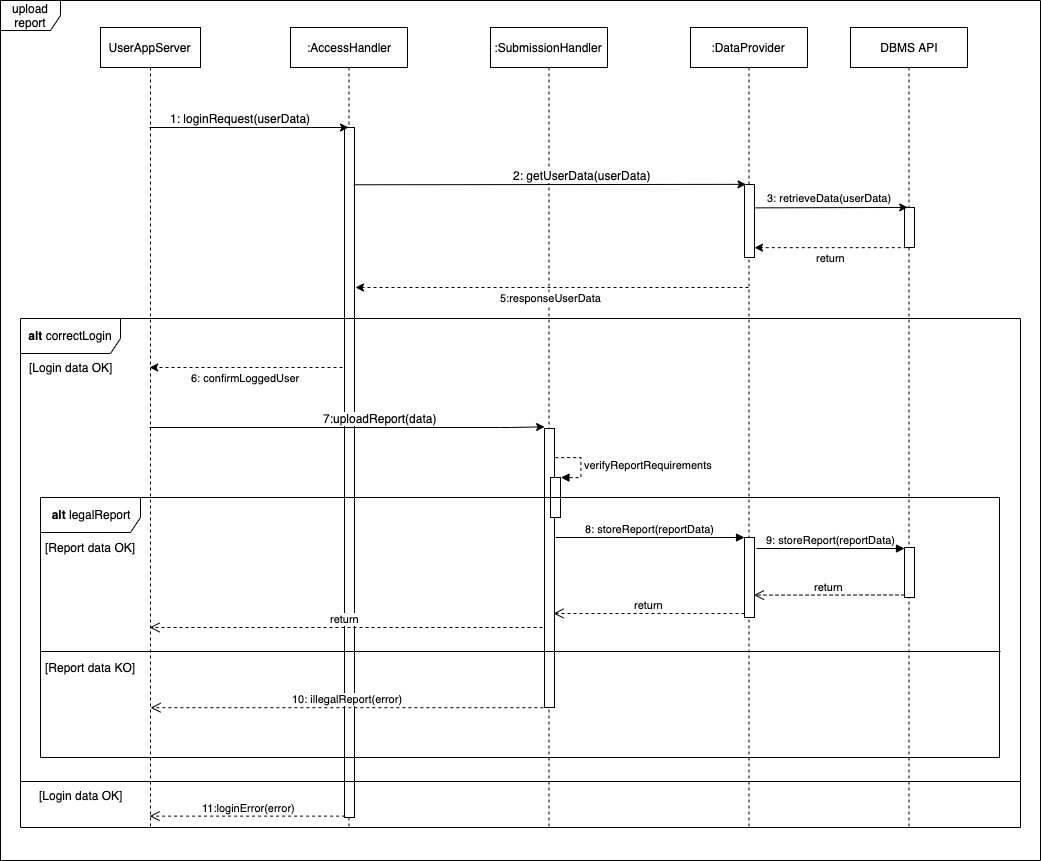
amecava/safestreets keeps this draw.io diagram as Releases/DD/img/sequence/uploadSubmission.png. Above is the earlier version. Source tidied: cells renumbered, new cells last; positions are measured from the earlier drawing's top-left corner, leaving out a move shared by most shapes.
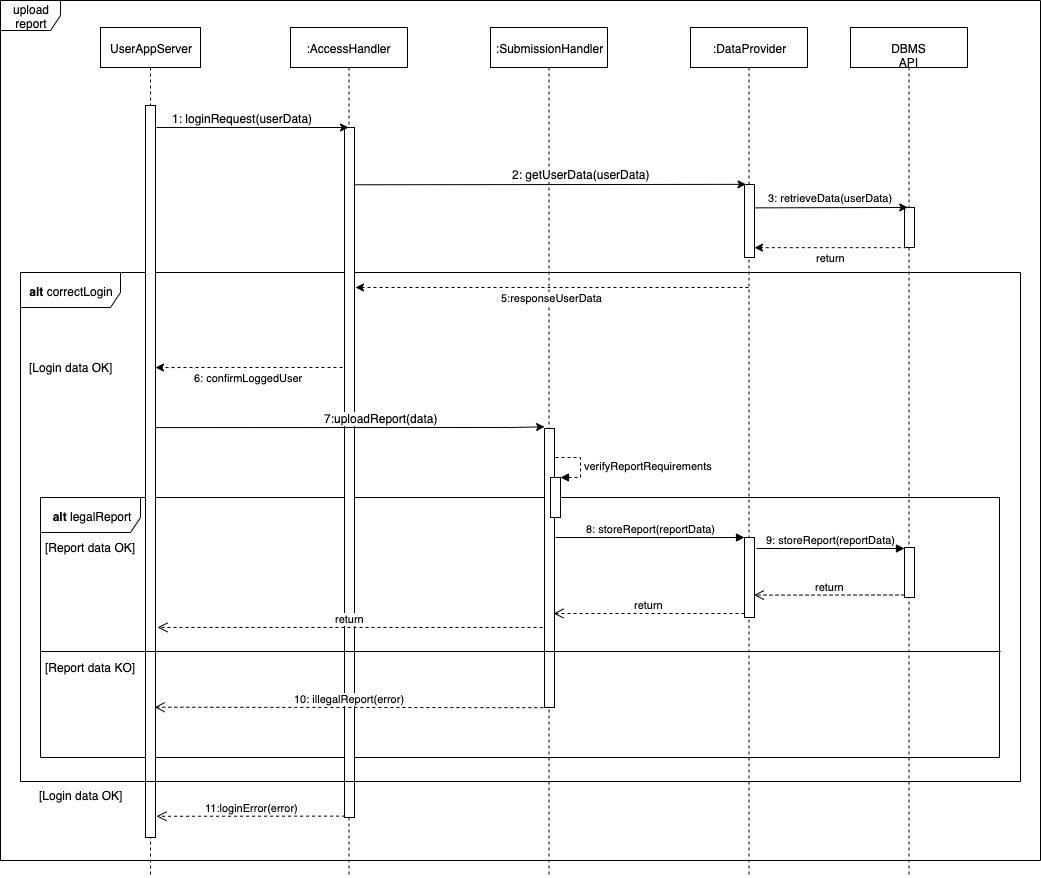
After the change.

Diff of the diagram source:
```diff
@@ -2,11 +2,23 @@
   <root>
     <mxCell id="0" />
     <mxCell id="1" parent="0" />
+    <mxCell id="19" value="upload report" style="shape=umlFrame;whiteSpace=wrap;html=1;" parent="1" vertex="1">
+      <mxGeometry width="1040" height="860" as="geometry" />
+    </mxCell>
+    <mxCell id="27" value="&lt;b&gt;alt&lt;/b&gt;&amp;nbsp;legalReport" style="shape=umlFrame;whiteSpace=wrap;html=1;width=100;height=35;" parent="1" vertex="1">
+      <mxGeometry x="40" y="497" width="959" height="260" as="geometry" />
+    </mxCell>
+    <mxCell id="20" value="&lt;b&gt;alt&lt;/b&gt; correctLogin" style="shape=umlFrame;whiteSpace=wrap;html=1;width=100;height=35;" parent="1" vertex="1">
+      <mxGeometry x="20" y="272" width="1000" height="509" as="geometry" />
+    </mxCell>
     <mxCell id="2" value="UserAppServer" style="shape=umlLifeline;perimeter=lifelinePerimeter;whiteSpace=wrap;html=1;outlineConnect=0;" parent="1" vertex="1">
-      <mxGeometry x="100" y="27" width="100" height="800" as="geometry" />
+      <mxGeometry x="100" y="27" width="100" height="850" as="geometry" />
     </mxCell>
+    <mxCell id="41" style="html=1;points=[];perimeter=orthogonalPerimeter;" parent="2" vertex="1">
+      <mxGeometry x="45" y="78" width="10" height="732" as="geometry" />
+    </mxCell>
     <mxCell id="3" value=":SubmissionHandler" style="shape=umlLifeline;perimeter=lifelinePerimeter;whiteSpace=wrap;html=1;" parent="1" vertex="1">
-      <mxGeometry x="490" y="27" width="117" height="800" as="geometry" />
+      <mxGeometry x="490" y="27" width="117" height="850" as="geometry" />
     </mxCell>
     <mxCell id="4" style="html=1;points=[];perimeter=orthogonalPerimeter;" parent="3" vertex="1">
       <mxGeometry x="54" y="401" width="10" height="279" as="geometry" />
@@ -23,7 +35,7 @@
       </mxGeometry>
     </mxCell>
     <mxCell id="7" value=":DataProvider" style="shape=umlLifeline;perimeter=lifelinePerimeter;whiteSpace=wrap;html=1;outlineConnect=0;" parent="1" vertex="1">
-      <mxGeometry x="690" y="27" width="117" height="800" as="geometry" />
+      <mxGeometry x="690" y="27" width="117" height="850" as="geometry" />
     </mxCell>
     <mxCell id="8" style="html=1;points=[];perimeter=orthogonalPerimeter;" parent="7" vertex="1">
       <mxGeometry x="54" y="157" width="10" height="73" as="geometry" />
@@ -32,13 +44,13 @@
       <mxGeometry x="54" y="510" width="10" height="80" as="geometry" />
     </mxCell>
     <mxCell id="10" value=":AccessHandler" style="shape=umlLifeline;perimeter=lifelinePerimeter;whiteSpace=wrap;html=1;" parent="1" vertex="1">
-      <mxGeometry x="290" y="27" width="117" height="800" as="geometry" />
+      <mxGeometry x="290" y="27" width="117" height="850" as="geometry" />
     </mxCell>
     <mxCell id="11" style="html=1;points=[];perimeter=orthogonalPerimeter;" parent="10" vertex="1">
       <mxGeometry x="54" y="100" width="10" height="690" as="geometry" />
     </mxCell>
     <mxCell id="12" value="DBMS API" style="shape=umlLifeline;perimeter=lifelinePerimeter;whiteSpace=wrap;html=1;" parent="1" vertex="1">
-      <mxGeometry x="850" y="27" width="117" height="800" as="geometry" />
+      <mxGeometry x="850" y="27" width="117" height="850" as="geometry" />
     </mxCell>
     <mxCell id="13" style="html=1;points=[];perimeter=orthogonalPerimeter;" parent="12" vertex="1">
       <mxGeometry x="54" y="180" width="10" height="40" as="geometry" />
@@ -46,7 +58,7 @@
     <mxCell id="14" style="html=1;points=[];perimeter=orthogonalPerimeter;" parent="12" vertex="1">
       <mxGeometry x="54" y="520" width="10" height="50" as="geometry" />
     </mxCell>
-    <mxCell id="15" style="endArrow=classic;html=1;" parent="1" edge="1" source="2">
+    <mxCell id="15" style="endArrow=classic;html=1;exitX=1.1;exitY=0.03;exitDx=0;exitDy=0;exitPerimeter=0;" parent="1" edge="1" source="41">
       <mxGeometry relative="1" as="geometry">
         <mxPoint x="348" y="127" as="targetPoint" />
         <Array as="points">
@@ -67,12 +79,6 @@
         <mxPoint x="-50" y="-58" as="offset" />
       </mxGeometry>
     </mxCell>
-    <mxCell id="19" value="upload report" style="shape=umlFrame;whiteSpace=wrap;html=1;" parent="1" vertex="1">
-      <mxGeometry width="1040" height="860" as="geometry" />
-    </mxCell>
-    <mxCell id="20" value="&lt;b&gt;alt&lt;/b&gt; correctLogin" style="shape=umlFrame;whiteSpace=wrap;html=1;width=100;height=35;" parent="1" vertex="1">
-      <mxGeometry x="20" y="318" width="1000" height="509" as="geometry" />
-    </mxCell>
     <mxCell id="21" value="3: retrieveData(userData)" style="endArrow=classic;html=1;entryX=0.321;entryY=-0.002;entryDx=0;entryDy=0;entryPerimeter=0;exitX=1.1;exitY=0.32;exitDx=0;exitDy=0;exitPerimeter=0;" parent="1" edge="1" source="8" target="13">
       <mxGeometry x="-0.02" y="10" relative="1" as="geometry" />
     </mxCell>
@@ -87,7 +93,7 @@
         </Array>
       </mxGeometry>
     </mxCell>
-    <mxCell id="24" value="6: confirmLoggedUser" style="endArrow=classic;html=1;dashed=1;" parent="1" edge="1" target="2">
+    <mxCell id="24" value="6: confirmLoggedUser" style="endArrow=classic;html=1;dashed=1;entryX=1;entryY=0.358;entryDx=0;entryDy=0;entryPerimeter=0;" parent="1" edge="1" target="41">
       <mxGeometry y="10" relative="1" as="geometry">
         <mxPoint x="342" y="367" as="sourcePoint" />
         <Array as="points">
@@ -95,7 +101,7 @@
         </Array>
       </mxGeometry>
     </mxCell>
-    <mxCell id="25" style="endArrow=classic;html=1;entryX=0.01;entryY=-0.006;entryDx=0;entryDy=0;entryPerimeter=0;" parent="1" edge="1" source="2" target="4">
+    <mxCell id="25" style="endArrow=classic;html=1;entryX=0.01;entryY=-0.006;entryDx=0;entryDy=0;entryPerimeter=0;exitX=1;exitY=0.44;exitDx=0;exitDy=0;exitPerimeter=0;" parent="1" edge="1" source="41" target="4">
       <mxGeometry relative="1" as="geometry">
         <Array as="points">
           <mxPoint x="510" y="427" />
@@ -107,9 +113,6 @@
         <mxPoint x="-50" y="-58" as="offset" />
       </mxGeometry>
     </mxCell>
-    <mxCell id="27" value="&lt;b&gt;alt&lt;/b&gt;&amp;nbsp;legalReport" style="shape=umlFrame;whiteSpace=wrap;html=1;width=100;height=35;" parent="1" vertex="1">
-      <mxGeometry x="40" y="497" width="959" height="260" as="geometry" />
-    </mxCell>
     <mxCell id="28" value="8: storeReport(reportData)" style="html=1;verticalAlign=bottom;endArrow=block;entryX=0;entryY=0;" parent="1" edge="1" target="9">
       <mxGeometry relative="1" as="geometry">
         <mxPoint x="555" y="537" as="sourcePoint" />
@@ -130,21 +133,20 @@
     <mxCell id="32" style="line;strokeWidth=1;fillColor=none;align=left;verticalAlign=middle;spacingTop=-1;spacingLeft=3;spacingRight=3;labelPosition=right;" parent="1" vertex="1">
       <mxGeometry x="20" y="777" width="1000" height="8" as="geometry" />
     </mxCell>
-    <mxCell id="33" value="return" style="html=1;verticalAlign=bottom;endArrow=open;dashed=1;endSize=8;" parent="1" edge="1" target="2">
+    <mxCell id="33" value="return" style="html=1;verticalAlign=bottom;endArrow=open;dashed=1;endSize=8;entryX=1.2;entryY=0.713;entryDx=0;entryDy=0;entryPerimeter=0;" parent="1" edge="1" target="41">
       <mxGeometry relative="1" as="geometry">
         <mxPoint x="542" y="627" as="sourcePoint" />
       </mxGeometry>
     </mxCell>
-    <mxCell id="34" value="10: illegalReport(error)" style="html=1;verticalAlign=bottom;endArrow=open;dashed=1;endSize=8;exitX=-0.214;exitY=0.503;exitDx=0;exitDy=0;exitPerimeter=0;" parent="1" edge="1">
+    <mxCell id="34" value="10: illegalReport(error)" style="html=1;verticalAlign=bottom;endArrow=open;dashed=1;endSize=8;exitX=-0.214;exitY=0.503;exitDx=0;exitDy=0;exitPerimeter=0;entryX=0.9;entryY=0.822;entryDx=0;entryDy=0;entryPerimeter=0;" parent="1" edge="1" target="41">
       <mxGeometry relative="1" as="geometry">
         <mxPoint x="542.9" y="707.2" as="sourcePoint" />
-        <mxPoint x="150.1" y="707.2" as="targetPoint" />
       </mxGeometry>
     </mxCell>
     <mxCell id="35" style="line;strokeWidth=1;fillColor=none;align=left;verticalAlign=middle;spacingTop=-1;spacingLeft=3;spacingRight=3;labelPosition=right;" parent="1" vertex="1">
       <mxGeometry x="40" y="647" width="960" height="8" as="geometry" />
     </mxCell>
-    <mxCell id="36" value="11:loginError(error)" style="html=1;verticalAlign=bottom;endArrow=open;dashed=1;endSize=8;exitX=0.059;exitY=0.998;exitDx=0;exitDy=0;exitPerimeter=0;" parent="1" edge="1" source="11" target="2">
+    <mxCell id="36" value="11:loginError(error)" style="html=1;verticalAlign=bottom;endArrow=open;dashed=1;endSize=8;exitX=0.059;exitY=0.998;exitDx=0;exitDy=0;exitPerimeter=0;entryX=1.1;entryY=0.971;entryDx=0;entryDy=0;entryPerimeter=0;" parent="1" edge="1" source="11" target="41">
       <mxGeometry x="-0.02" relative="1" as="geometry" />
     </mxCell>
     <mxCell id="37" value="[Login data OK]" style="text;html=1;align=center;verticalAlign=middle;" parent="1" vertex="1">
```
